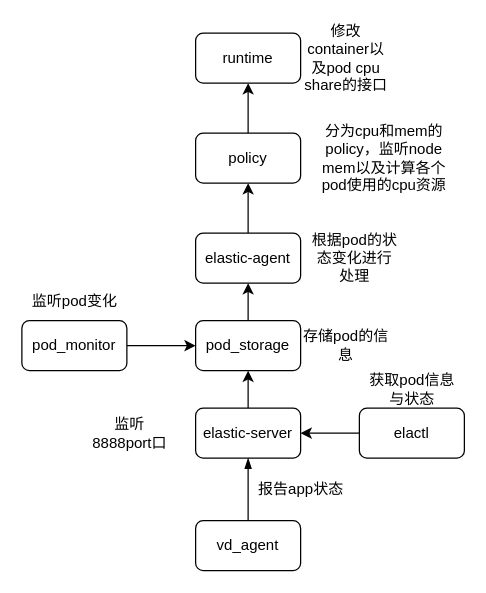
gaojunhao/diagrams keeps this draw.io diagram as page "总体设计" (4 of 6) of Untitled Diagram.drawio. Above is the earlier version. Source tidied: cells renumbered, new cells numbered last; positions are measured from the earlier drawing's top-left corner, leaving out a move shared by most shapes. Both pictures are drawn from the tidied source at 125%, with x=0, y=0 at pixel (21, 32).
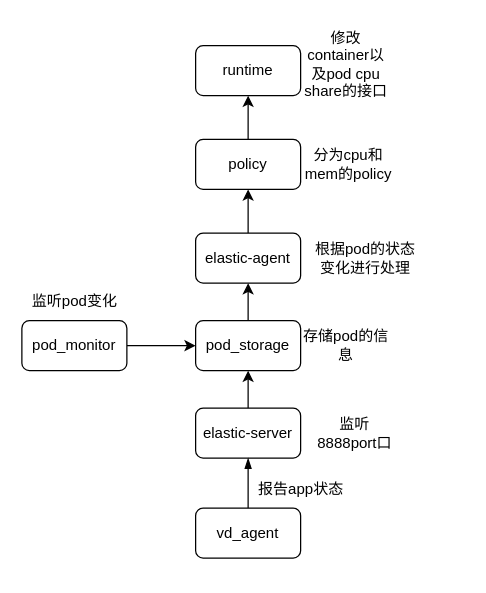
After the change.

The change refers to these unchanged cells:
```xml
<mxCell id="3" value="elastic-server" style="rounded=1;whiteSpace=wrap;html=1;" parent="1" vertex="1">
  <mxGeometry x="139" y="300" width="84" height="40" as="geometry" />
</mxCell>
```

Change to the diagram source:
```diff
@@
     <mxCell id="5" value="vd_agent" style="rounded=1;whiteSpace=wrap;html=1;" parent="1" vertex="1">
-      <mxGeometry x="139" y="390" width="84" height="40" as="geometry" />
+      <mxGeometry x="139" y="380" width="84" height="40" as="geometry" />
     </mxCell>
@@
     <mxCell id="10" value="policy" style="rounded=1;whiteSpace=wrap;html=1;" parent="1" vertex="1">
-      <mxGeometry x="139" y="80" width="84" height="40" as="geometry" />
+      <mxGeometry x="139" y="85" width="84" height="40" as="geometry" />
     </mxCell>
     <mxCell id="11" value="runtime" style="rounded=1;whiteSpace=wrap;html=1;" parent="1" vertex="1">
-      <mxGeometry x="139" width="84" height="40" as="geometry" />
+      <mxGeometry x="139" y="10" width="84" height="40" as="geometry" />
     </mxCell>
@@
     <mxCell id="17" value="根据pod的状态变化进行处理" style="text;html=1;strokeColor=none;fillColor=none;align=center;verticalAlign=middle;whiteSpace=wrap;rounded=0;" parent="1" vertex="1">
-      <mxGeometry x="230" y="165" width="73" height="30" as="geometry" />
+      <mxGeometry x="230" y="165" width="90" height="30" as="geometry" />
     </mxCell>
-    <mxCell id="18" style="edgeStyle=orthogonalEdgeStyle;rounded=0;jettySize=auto;html=1;exitX=0;exitY=0.5;exitDx=0;exitDy=0;entryX=1;entryY=0.5;entryDx=0;entryDy=0;" parent="1" edge="1" source="19" target="3">
-      <mxGeometry relative="1" as="geometry" />
-    </mxCell>
-    <mxCell id="19" value="elactl" style="rounded=1;whiteSpace=wrap;html=1;" parent="1" vertex="1">
-      <mxGeometry x="270" y="300" width="84" height="40" as="geometry" />
-    </mxCell>
-    <mxCell id="20" value="获取pod信息与状态" style="text;html=1;strokeColor=none;fillColor=none;align=center;verticalAlign=middle;whiteSpace=wrap;rounded=0;" parent="1" vertex="1">
-      <mxGeometry x="275.5" y="270" width="73" height="30" as="geometry" />
-    </mxCell>
     <mxCell id="21" value="监听8888port口" style="text;html=1;strokeColor=none;fillColor=none;align=center;verticalAlign=middle;whiteSpace=wrap;rounded=0;" parent="1" vertex="1">
-      <mxGeometry x="50" y="305" width="73" height="30" as="geometry" />
+      <mxGeometry x="230" y="305" width="73" height="30" as="geometry" />
     </mxCell>
@@
-    <mxCell id="23" value="分为cpu和mem的policy，监听node mem以及计算各个pod使用的cpu资源" style="text;html=1;strokeColor=none;fillColor=none;align=center;verticalAlign=middle;whiteSpace=wrap;rounded=0;" parent="1" vertex="1">
-      <mxGeometry x="230" y="85" width="120" height="30" as="geometry" />
+    <mxCell id="23" value="分为cpu和mem的policy" style="text;html=1;strokeColor=none;fillColor=none;align=center;verticalAlign=middle;whiteSpace=wrap;rounded=0;" parent="1" vertex="1">
+      <mxGeometry x="223" y="90" width="77" height="30" as="geometry" />
     </mxCell>
     <mxCell id="24" value="修改container以及pod cpu share的接口" style="text;html=1;strokeColor=none;fillColor=none;align=center;verticalAlign=middle;whiteSpace=wrap;rounded=0;" parent="1" vertex="1">
-      <mxGeometry x="223" y="5" width="73" height="30" as="geometry" />
+      <mxGeometry x="223" y="10" width="73" height="30" as="geometry" />
     </mxCell>
```
